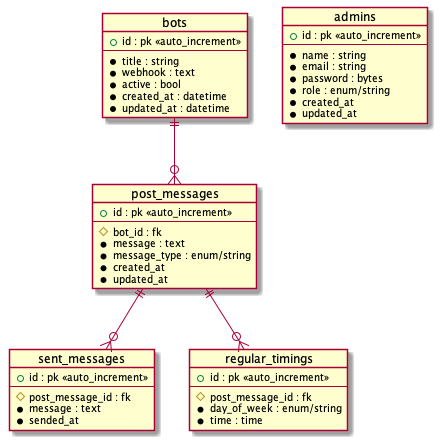
Earlier version of the PlantUML export diagram/design/er.png (takemo101/dc-scheduler).
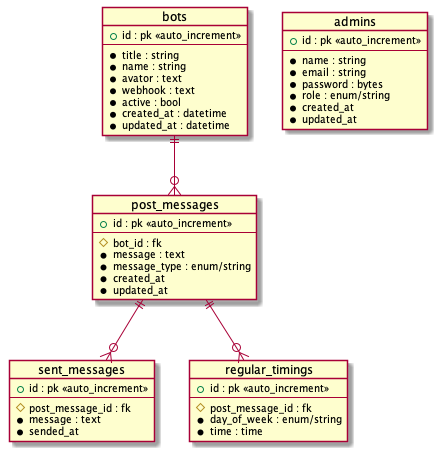
Above is the later version.

Change to the diagram source:
```diff
@@ -4,6 +4,8 @@
     + id : pk <<auto_increment>>
     --
     * title : string
+    * name : string
+    * avator : text
     * webhook : text
     * active : bool
     * created_at : datetime
```
